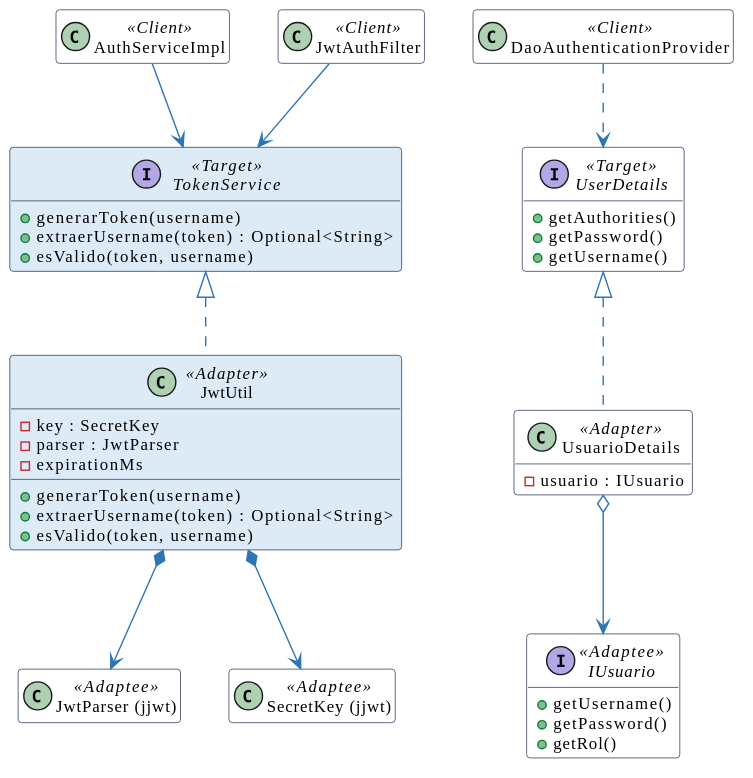
Before: docs/reporte/puml/m7-despues.svg, a diagram exported from PlantUML (andreiveisuade/TPO-ProcesoDesarrolloSoftware-V3). Its source is kept beside it as docs/reporte/puml/m7-despues.puml.
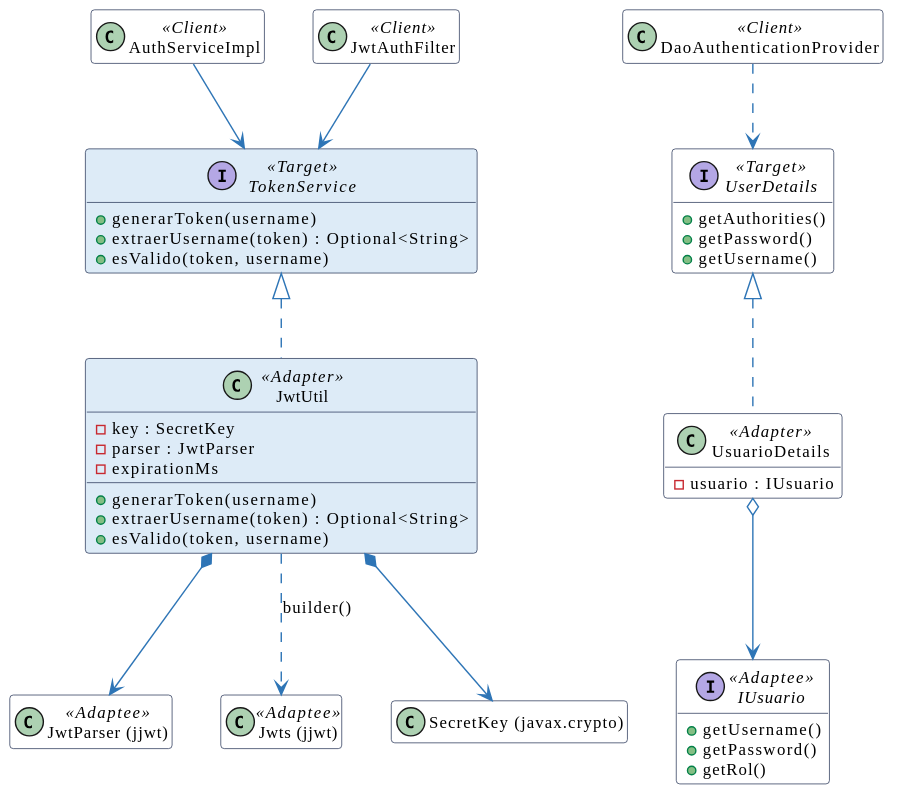
After the commit.

Change to the diagram source:
```diff
@@ -27,12 +27,14 @@
   +esValido(token, username)
 }
 class "JwtParser (jjwt)" as JwtParser <<Adaptee>>
-class "SecretKey (jjwt)" as SecretKey <<Adaptee>>
+class "Jwts (jjwt)" as Jwts <<Adaptee>>
+class "SecretKey (javax.crypto)" as SecretKey
 class AuthServiceImpl <<Client>>
 class JwtAuthFilter <<Client>>
 TokenService <|.. JwtUtil
 JwtUtil *--> JwtParser
 JwtUtil *--> SecretKey
+JwtUtil ..> Jwts : builder()
 AuthServiceImpl --> TokenService
 JwtAuthFilter --> TokenService
 
```
